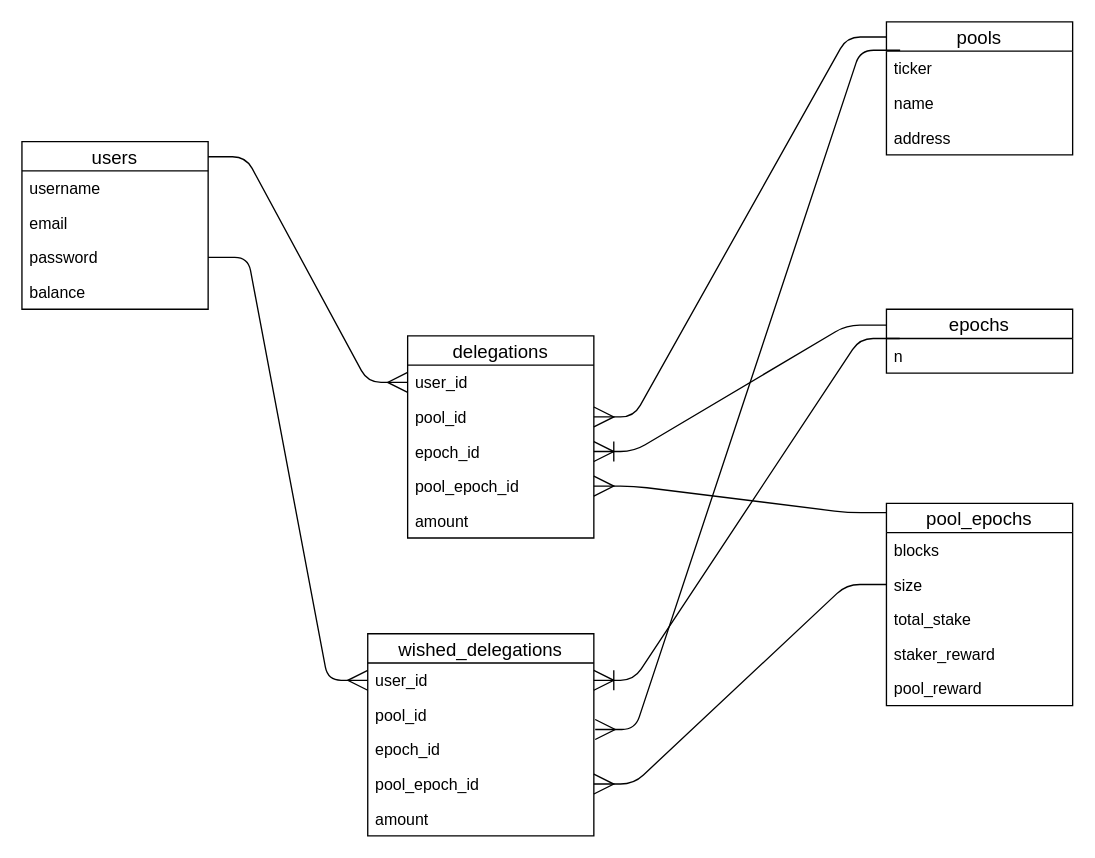
The draw.io diagram config/concerns/doubtful_delegator_1tab_deep_only.drawio in AskBid/doubtful-delegator, before the edit. Source tidied: cells renumbered, new cells numbered last; positions are measured from the earlier drawing's top-left corner, leaving out a move shared by most shapes. Both pictures are drawn from the tidied source at 133%, with x=0, y=0 at pixel (21, 21).
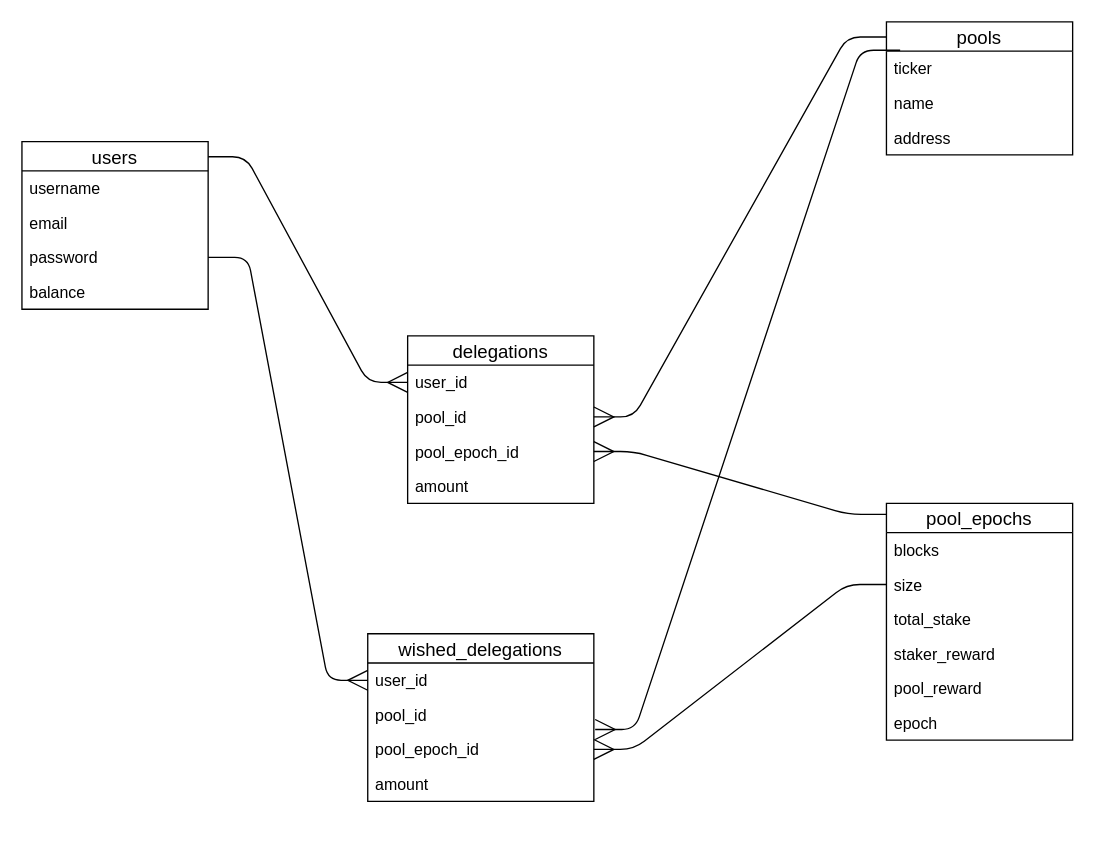
The same page after the edit.

Commit message (it also covers changes not shown here):
greatly simplified DB diagrams - no epochs, 1 delegations only

The change refers to these unchanged cells:
```xml
<mxCell id="22" value="user_id" style="text;strokeColor=none;fillColor=none;spacingLeft=4;spacingRight=4;overflow=hidden;points=[[0,0.5],[1,0.5]];portConstraint=eastwest;fontSize=12;" parent="21" vertex="1">
  <mxGeometry y="22" width="170" height="26" as="geometry" />
</mxCell>
```

What changed in the source:
```diff
@@
-    <mxCell id="2" style="edgeStyle=entityRelationEdgeStyle;fontSize=12;html=1;endArrow=none;startArrow=ERoneToMany;startFill=0;endFill=0;entryX=0;entryY=0.25;entryDx=0;entryDy=0;exitX=1;exitY=0.5;exitDx=0;exitDy=0;strokeWidth=1;endSize=13;startSize=13;" parent="1" edge="1" source="8" target="33">
-      <mxGeometry relative="1" as="geometry" />
-    </mxCell>
@@
     <mxCell id="5" value="delegations" style="swimlane;fontStyle=0;horizontal=1;startSize=22;align=center;fontSize=14;" parent="1" vertex="1">
-      <mxGeometry x="290" y="236" width="140" height="152" as="geometry" />
+      <mxGeometry x="290" y="236" width="140" height="126" as="geometry" />
     </mxCell>
@@
-    <mxCell id="8" value="epoch_id" style="text;strokeColor=none;fillColor=none;spacingLeft=4;spacingRight=4;overflow=hidden;points=[[0,0.5],[1,0.5]];portConstraint=eastwest;fontSize=12;" parent="5" vertex="1">
-      <mxGeometry y="74" width="140" height="26" as="geometry" />
-    </mxCell>
     <mxCell id="9" value="pool_epoch_id" style="text;strokeColor=none;fillColor=none;spacingLeft=4;spacingRight=4;overflow=hidden;points=[[0,0.5],[1,0.5]];portConstraint=eastwest;fontSize=12;" parent="5" vertex="1">
-      <mxGeometry y="100" width="140" height="26" as="geometry" />
+      <mxGeometry y="74" width="140" height="26" as="geometry" />
     </mxCell>
     <mxCell id="10" value="amount" style="text;strokeColor=none;fillColor=none;spacingLeft=4;spacingRight=4;overflow=hidden;fontSize=12;" parent="5" vertex="1">
-      <mxGeometry y="126" width="140" height="26" as="geometry" />
+      <mxGeometry y="100" width="140" height="26" as="geometry" />
     </mxCell>
@@
     <mxCell id="21" value="wished_delegations" style="swimlane;fontStyle=0;horizontal=1;startSize=22;align=center;fontSize=14;" parent="1" vertex="1">
-      <mxGeometry x="260" y="460" width="170" height="152" as="geometry" />
+      <mxGeometry x="260" y="460" width="170" height="126" as="geometry" />
     </mxCell>
@@
-    <mxCell id="24" value="epoch_id" style="text;strokeColor=none;fillColor=none;spacingLeft=4;spacingRight=4;overflow=hidden;points=[[0,0.5],[1,0.5]];portConstraint=eastwest;fontSize=12;" parent="21" vertex="1">
-      <mxGeometry y="74" width="170" height="26" as="geometry" />
-    </mxCell>
     <mxCell id="25" value="pool_epoch_id" style="text;strokeColor=none;fillColor=none;spacingLeft=4;spacingRight=4;overflow=hidden;points=[[0,0.5],[1,0.5]];portConstraint=eastwest;fontSize=12;" parent="21" vertex="1">
-      <mxGeometry y="100" width="170" height="26" as="geometry" />
+      <mxGeometry y="74" width="170" height="26" as="geometry" />
     </mxCell>
     <mxCell id="26" value="amount" style="text;strokeColor=none;fillColor=none;spacingLeft=4;spacingRight=4;overflow=hidden;fontSize=12;" parent="21" vertex="1">
-      <mxGeometry y="126" width="170" height="26" as="geometry" />
+      <mxGeometry y="100" width="170" height="26" as="geometry" />
     </mxCell>
     <mxCell id="27" value="pool_epochs" style="swimlane;fontStyle=0;horizontal=1;startSize=22;align=center;fontSize=14;" parent="1" vertex="1">
-      <mxGeometry x="650" y="362" width="140" height="152" as="geometry" />
+      <mxGeometry x="650" y="362" width="140" height="178" as="geometry" />
     </mxCell>
@@
-    <mxCell id="33" value="epochs" style="swimlane;fontStyle=0;horizontal=1;startSize=22;align=center;fontSize=14;" parent="1" vertex="1">
-      <mxGeometry x="650" y="216" width="140" height="48" as="geometry" />
-    </mxCell>
-    <mxCell id="34" value="n" style="text;strokeColor=none;fillColor=none;spacingLeft=4;spacingRight=4;overflow=hidden;fontSize=12;" parent="33" vertex="1">
-      <mxGeometry y="22" width="140" height="26" as="geometry" />
-    </mxCell>
+    <mxCell id="39" value="epoch" style="text;strokeColor=none;fillColor=none;spacingLeft=4;spacingRight=4;overflow=hidden;fontSize=12;" parent="27" vertex="1">
+      <mxGeometry y="152" width="140" height="26" as="geometry" />
+    </mxCell>
@@
-    <mxCell id="37" style="edgeStyle=entityRelationEdgeStyle;fontSize=12;html=1;endArrow=none;startArrow=ERoneToMany;startFill=0;endFill=0;entryX=0;entryY=0.25;entryDx=0;entryDy=0;exitX=1;exitY=0.5;exitDx=0;exitDy=0;strokeWidth=1;endSize=13;startSize=13;" parent="1" edge="1" source="22">
-      <mxGeometry relative="1" as="geometry">
-        <mxPoint x="660" y="238" as="targetPoint" />
-      </mxGeometry>
-    </mxCell>
-    <mxCell id="38" style="edgeStyle=entityRelationEdgeStyle;fontSize=12;html=1;endArrow=none;startArrow=ERmany;strokeWidth=1;exitX=1.006;exitY=-0.077;exitDx=0;exitDy=0;entryX=0.002;entryY=0.113;entryDx=0;entryDy=0;endSize=13;startSize=13;entryPerimeter=0;endFill=0;exitPerimeter=0;" parent="1" edge="1" source="24">
+    <mxCell id="38" style="edgeStyle=entityRelationEdgeStyle;fontSize=12;html=1;endArrow=none;startArrow=ERmany;strokeWidth=1;exitX=1.006;exitY=-0.077;exitDx=0;exitDy=0;entryX=0.002;entryY=0.113;entryDx=0;entryDy=0;endSize=13;startSize=13;entryPerimeter=0;endFill=0;exitPerimeter=0;" parent="1" edge="1">
       <mxGeometry relative="1" as="geometry">
+        <mxPoint x="431" y="532" as="sourcePoint" />
         <mxPoint x="660.3" y="21.3" as="targetPoint" />
       </mxGeometry>
     </mxCell>
```
